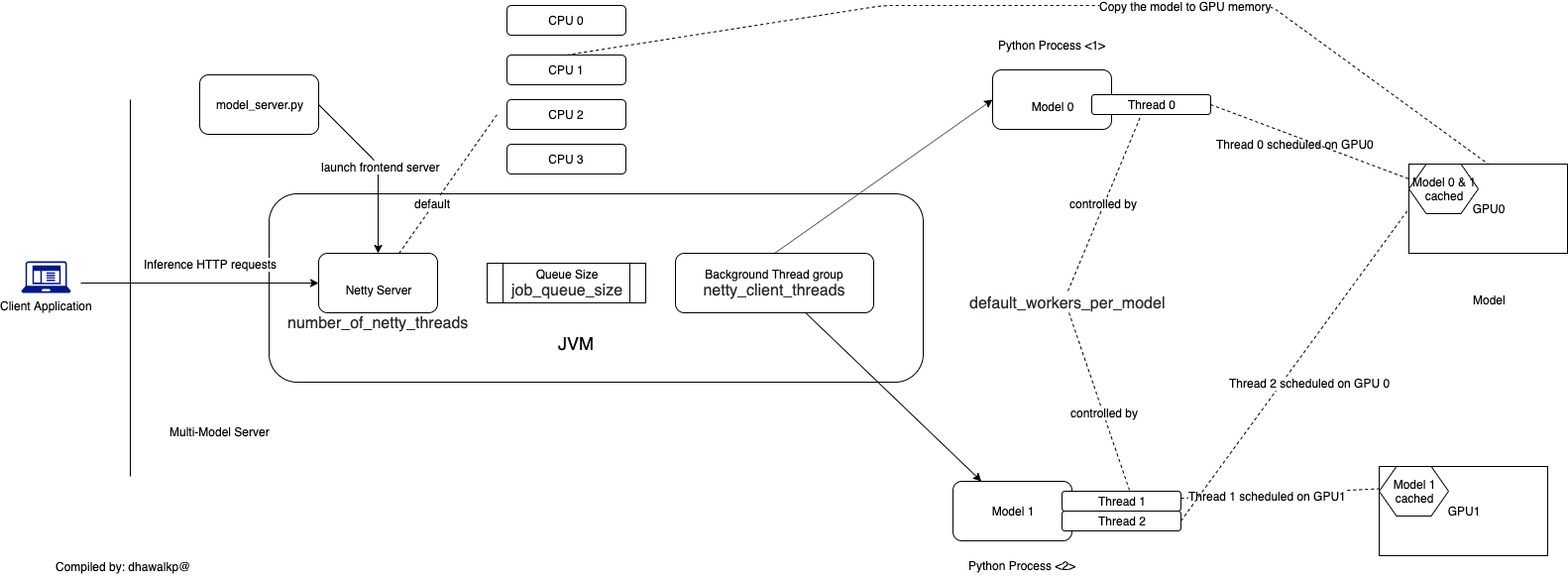
Before: MMS.png, a diagram exported from draw.io (dhawalkp/SageMaker-MMS-Performance-Tuning). Source tidied: cells renumbered, new cells last; positions are measured from the earlier drawing's top-left corner, leaving out a move shared by most shapes. The source it was exported from:
```xml
<mxGraphModel>
  <root>
    <mxCell id="0" />
    <mxCell id="1" parent="0" />
    <mxCell id="2" style="rounded=1;whiteSpace=wrap;html=1;" parent="1" vertex="1">
      <mxGeometry x="250" y="190" width="660" height="190" as="geometry" />
    </mxCell>
    <mxCell id="3" value="model_server.py" style="rounded=1;whiteSpace=wrap;html=1;" parent="1" vertex="1">
      <mxGeometry x="180" y="70" width="120" height="60" as="geometry" />
    </mxCell>
    <mxCell id="4" value="&lt;br&gt;Netty Server" style="rounded=1;whiteSpace=wrap;html=1;" parent="1" vertex="1">
      <mxGeometry x="300" y="250" width="120" height="60" as="geometry" />
    </mxCell>
    <mxCell id="5" style="endArrow=classic;html=1;entryX=0;entryY=0.5;entryDx=0;entryDy=0;" parent="1" edge="1" target="4">
      <mxGeometry relative="1" as="geometry">
        <mxPoint x="60" y="280" as="sourcePoint" />
      </mxGeometry>
    </mxCell>
    <mxCell id="6" value="Inference HTTP requests" style="text;html=1;align=center;verticalAlign=middle;labelBackgroundColor=#ffffff;" parent="5" vertex="1">
      <mxGeometry x="-0.62" relative="1" as="geometry">
        <mxPoint x="84" y="-20" as="offset" />
      </mxGeometry>
    </mxCell>
    <mxCell id="7" style="endArrow=classic;html=1;exitX=1;exitY=0.5;exitDx=0;exitDy=0;entryX=0.5;entryY=0;entryDx=0;entryDy=0;" parent="1" edge="1" source="3" target="4">
      <mxGeometry relative="1" as="geometry">
        <Array as="points">
          <mxPoint x="360" y="160" />
        </Array>
      </mxGeometry>
    </mxCell>
    <mxCell id="8" value="launch frontend server" style="text;html=1;align=center;verticalAlign=middle;labelBackgroundColor=#ffffff;" parent="7" vertex="1">
      <mxGeometry y="2" relative="1" as="geometry" />
    </mxCell>
    <mxCell id="9" value="&lt;span style=&quot;color: rgb(36 , 41 , 46) ; font-family: , , &amp;#34;segoe ui&amp;#34; , &amp;#34;helvetica&amp;#34; , &amp;#34;arial&amp;#34; , sans-serif , &amp;#34;apple color emoji&amp;#34; , &amp;#34;segoe ui emoji&amp;#34; ; font-size: 16px ; text-align: left ; white-space: normal ; background-color: rgb(255 , 255 , 255)&quot;&gt;number_of_netty_threads&lt;/span&gt;" style="text;html=1;align=center;verticalAlign=middle;" parent="1" vertex="1">
      <mxGeometry x="260" y="310" width="200" height="20" as="geometry" />
    </mxCell>
    <mxCell id="10" value="&lt;br&gt;Model 0" style="rounded=1;whiteSpace=wrap;html=1;" parent="1" vertex="1">
      <mxGeometry x="980" y="65" width="120" height="60" as="geometry" />
    </mxCell>
    <mxCell id="11" value="Model 1" style="rounded=1;whiteSpace=wrap;html=1;" parent="1" vertex="1">
      <mxGeometry x="940" y="480" width="120" height="60" as="geometry" />
    </mxCell>
    <mxCell id="12" value="Queue Size&lt;br&gt;&lt;span style=&quot;color: rgb(36 , 41 , 46) ; font-family: , , &amp;#34;segoe ui&amp;#34; , &amp;#34;helvetica&amp;#34; , &amp;#34;arial&amp;#34; , sans-serif , &amp;#34;apple color emoji&amp;#34; , &amp;#34;segoe ui emoji&amp;#34; ; font-size: 16px ; text-align: left ; background-color: rgb(255 , 255 , 255)&quot;&gt;job_queue_size&lt;/span&gt;" style="shape=process;whiteSpace=wrap;html=1;backgroundOutline=1;" parent="1" vertex="1">
      <mxGeometry x="470" y="260" width="160" height="40" as="geometry" />
    </mxCell>
    <mxCell id="13" value="Background Thread group&lt;br&gt;&lt;span style=&quot;color: rgb(36 , 41 , 46) ; font-size: 16px ; text-align: left ; background-color: rgb(255 , 255 , 255)&quot;&gt;netty_client_threads&lt;/span&gt;" style="rounded=1;whiteSpace=wrap;html=1;" parent="1" vertex="1">
      <mxGeometry x="660" y="250" width="200" height="60" as="geometry" />
    </mxCell>
    <mxCell id="14" style="endArrow=classic;html=1;exitX=0.5;exitY=0;exitDx=0;exitDy=0;entryX=0;entryY=0.5;entryDx=0;entryDy=0;" parent="1" edge="1" source="13" target="10">
      <mxGeometry relative="1" as="geometry" />
    </mxCell>
    <mxCell id="15" style="endArrow=classic;html=1;" parent="1" edge="1" source="13" target="11">
      <mxGeometry relative="1" as="geometry" />
    </mxCell>
    <mxCell id="16" value="GPU0" style="rounded=0;whiteSpace=wrap;html=1;" parent="1" vertex="1">
      <mxGeometry x="1400" y="160" width="160" height="90" as="geometry" />
    </mxCell>
    <mxCell id="17" value="GPU1" style="rounded=0;whiteSpace=wrap;html=1;" parent="1" vertex="1">
      <mxGeometry x="1370" y="465" width="170" height="90" as="geometry" />
    </mxCell>
    <mxCell id="18" value="Python Process &amp;lt;1&amp;gt;" style="text;html=1;align=center;verticalAlign=middle;" parent="1" vertex="1">
      <mxGeometry x="980" y="30" width="120" height="20" as="geometry" />
    </mxCell>
    <mxCell id="19" value="Python Process &amp;lt;2&amp;gt;" style="text;html=1;align=center;verticalAlign=middle;" parent="1" vertex="1">
      <mxGeometry x="950" y="555" width="120" height="20" as="geometry" />
    </mxCell>
    <mxCell id="20" value="Thread 1" style="rounded=1;whiteSpace=wrap;html=1;" parent="1" vertex="1">
      <mxGeometry x="1050" y="490" width="120" height="20" as="geometry" />
    </mxCell>
    <mxCell id="21" value="CPU 3" style="rounded=1;whiteSpace=wrap;html=1;" parent="1" vertex="1">
      <mxGeometry x="490" y="140" width="120" height="30" as="geometry" />
    </mxCell>
    <mxCell id="22" value="CPU 2" style="rounded=1;whiteSpace=wrap;html=1;" parent="1" vertex="1">
      <mxGeometry x="490" y="95" width="120" height="30" as="geometry" />
    </mxCell>
    <mxCell id="23" value="CPU 1" style="rounded=1;whiteSpace=wrap;html=1;" parent="1" vertex="1">
      <mxGeometry x="490" y="50" width="120" height="30" as="geometry" />
    </mxCell>
    <mxCell id="24" value="&lt;span style=&quot;color: rgb(36 , 41 , 46) ; font-family: , , &amp;#34;segoe ui&amp;#34; , &amp;#34;helvetica&amp;#34; , &amp;#34;arial&amp;#34; , sans-serif , &amp;#34;apple color emoji&amp;#34; , &amp;#34;segoe ui emoji&amp;#34; ; font-size: 16px ; text-align: left ; white-space: normal ; background-color: rgb(255 , 255 , 255)&quot;&gt;default_workers_per_model&lt;/span&gt;" style="text;html=1;align=center;verticalAlign=middle;points=[];" parent="1" vertex="1">
      <mxGeometry x="950" y="290" width="210" height="20" as="geometry" />
    </mxCell>
    <mxCell id="25" value="Thread 0" style="rounded=1;whiteSpace=wrap;html=1;" parent="1" vertex="1">
      <mxGeometry x="1080" y="90" width="120" height="20" as="geometry" />
    </mxCell>
    <mxCell id="26" style="endArrow=none;dashed=1;html=1;exitX=1;exitY=0.5;exitDx=0;exitDy=0;" parent="1" edge="1" source="25" target="16">
      <mxGeometry relative="1" as="geometry" />
    </mxCell>
    <mxCell id="27" style="endArrow=none;dashed=1;html=1;entryX=0;entryY=0.25;entryDx=0;entryDy=0;" parent="1" edge="1" source="20" target="17">
      <mxGeometry relative="1" as="geometry" />
    </mxCell>
    <mxCell id="28" value="Thread 1 scheduled on GPU1" style="text;html=1;align=center;verticalAlign=middle;labelBackgroundColor=#ffffff;" parent="27" vertex="1">
      <mxGeometry x="-0.12" y="-2" relative="1" as="geometry">
        <mxPoint x="-1" as="offset" />
      </mxGeometry>
    </mxCell>
    <mxCell id="29" value="Thread 2" style="rounded=1;whiteSpace=wrap;html=1;" parent="1" vertex="1">
      <mxGeometry x="1050" y="510" width="120" height="20" as="geometry" />
    </mxCell>
    <mxCell id="30" style="endArrow=none;dashed=1;html=1;exitX=1;exitY=0.5;exitDx=0;exitDy=0;entryX=0;entryY=0.5;entryDx=0;entryDy=0;" parent="1" edge="1" source="29" target="16">
      <mxGeometry relative="1" as="geometry" />
    </mxCell>
    <mxCell id="31" value="Thread 2 scheduled on GPU 0" style="text;html=1;align=center;verticalAlign=middle;labelBackgroundColor=#ffffff;" parent="30" vertex="1">
      <mxGeometry x="0.04" y="3" relative="1" as="geometry">
        <mxPoint x="12.7" y="25.7" as="offset" />
      </mxGeometry>
    </mxCell>
    <mxCell id="32" style="endArrow=none;dashed=1;html=1;exitX=0.5;exitY=0;exitDx=0;exitDy=0;entryX=0.5;entryY=0;entryDx=0;entryDy=0;" parent="1" edge="1" source="23" target="16">
      <mxGeometry relative="1" as="geometry">
        <Array as="points">
          <mxPoint x="870" />
          <mxPoint x="1260" />
        </Array>
      </mxGeometry>
    </mxCell>
    <mxCell id="33" value="Model" style="text;html=1;align=center;verticalAlign=middle;labelBackgroundColor=#ffffff;" parent="32" vertex="1">
      <mxGeometry x="0.63" y="-31" relative="1" as="geometry">
        <mxPoint x="165.8" y="217.8" as="offset" />
      </mxGeometry>
    </mxCell>
    <mxCell id="34" value="Copy the model to GPU memory" style="text;html=1;align=center;verticalAlign=middle;labelBackgroundColor=#ffffff;" parent="32" vertex="1">
      <mxGeometry x="0.27" relative="1" as="geometry" />
    </mxCell>
    <mxCell id="35" value="&lt;font style=&quot;font-size: 18px&quot;&gt;JVM&lt;/font&gt;" style="text;html=1;align=center;verticalAlign=middle;" parent="1" vertex="1">
      <mxGeometry x="535" y="330" width="50" height="20" as="geometry" />
    </mxCell>
    <mxCell id="36" value="Model 0 &amp;amp; 1&lt;br&gt;cached" style="shape=hexagon;perimeter=hexagonPerimeter2;whiteSpace=wrap;html=1;" parent="1" vertex="1">
      <mxGeometry x="1400" y="160" width="70" height="50" as="geometry" />
    </mxCell>
    <mxCell id="37" value="Model 1&lt;br&gt;cached" style="shape=hexagon;perimeter=hexagonPerimeter2;whiteSpace=wrap;html=1;" parent="1" vertex="1">
      <mxGeometry x="1370" y="465" width="70" height="50" as="geometry" />
    </mxCell>
    <mxCell id="38" style="endArrow=none;dashed=1;html=1;entryX=0.417;entryY=1;entryDx=0;entryDy=0;entryPerimeter=0;exitX=0.505;exitY=-0.1;exitDx=0;exitDy=0;exitPerimeter=0;" parent="1" edge="1" source="24" target="25">
      <mxGeometry relative="1" as="geometry" />
    </mxCell>
    <mxCell id="39" value="controlled by" style="text;html=1;align=center;verticalAlign=middle;labelBackgroundColor=#ffffff;" parent="38" vertex="1">
      <mxGeometry x="-0.01" y="1" relative="1" as="geometry" />
    </mxCell>
    <mxCell id="40" style="endArrow=none;dashed=1;html=1;exitX=0.51;exitY=1;exitDx=0;exitDy=0;exitPerimeter=0;entryX=0.567;entryY=-0.05;entryDx=0;entryDy=0;entryPerimeter=0;" parent="1" edge="1" source="24" target="20">
      <mxGeometry relative="1" as="geometry" />
    </mxCell>
    <mxCell id="41" value="controlled by" style="text;html=1;align=center;verticalAlign=middle;labelBackgroundColor=#ffffff;" parent="40" vertex="1">
      <mxGeometry x="0.13" y="1" relative="1" as="geometry" />
    </mxCell>
    <mxCell id="42" value="Thread 0 scheduled on GPU0" style="text;html=1;align=center;verticalAlign=middle;" parent="1" vertex="1">
      <mxGeometry x="1200" y="130" width="170" height="20" as="geometry" />
    </mxCell>
    <mxCell id="43" style="endArrow=none;dashed=1;html=1;" parent="1" edge="1" source="4">
      <mxGeometry relative="1" as="geometry">
        <mxPoint x="480" y="110" as="targetPoint" />
      </mxGeometry>
    </mxCell>
    <mxCell id="44" value="default" style="text;html=1;align=center;verticalAlign=middle;labelBackgroundColor=#ffffff;" parent="43" vertex="1">
      <mxGeometry x="-0.3" y="2" relative="1" as="geometry" />
    </mxCell>
    <mxCell id="45" value="CPU 0" style="rounded=1;whiteSpace=wrap;html=1;" parent="1" vertex="1">
      <mxGeometry x="490" width="120" height="30" as="geometry" />
    </mxCell>
    <mxCell id="46" value="Client Application" style="shadow=0;dashed=0;html=1;strokeColor=none;labelPosition=center;verticalLabelPosition=bottom;verticalAlign=top;align=center;fillColor=#00188D;shape=mxgraph.mscae.enterprise.client_application;" parent="1" vertex="1">
      <mxGeometry y="258" width="50" height="32" as="geometry" />
    </mxCell>
    <mxCell id="47" style="endArrow=none;html=1;" parent="1" edge="1">
      <mxGeometry relative="1" as="geometry">
        <mxPoint x="110" y="475" as="sourcePoint" />
        <mxPoint x="110" y="95" as="targetPoint" />
      </mxGeometry>
    </mxCell>
    <mxCell id="48" value="Multi-Model Server" style="text;html=1;align=center;verticalAlign=middle;" parent="1" vertex="1">
      <mxGeometry x="140" y="420" width="120" height="20" as="geometry" />
    </mxCell>
    <mxCell id="49" value="Compiled by: dhawalkp@" style="text;html=1;align=center;verticalAlign=middle;" parent="1" vertex="1">
      <mxGeometry x="28" y="556" width="150" height="20" as="geometry" />
    </mxCell>
  </root>
</mxGraphModel>
```
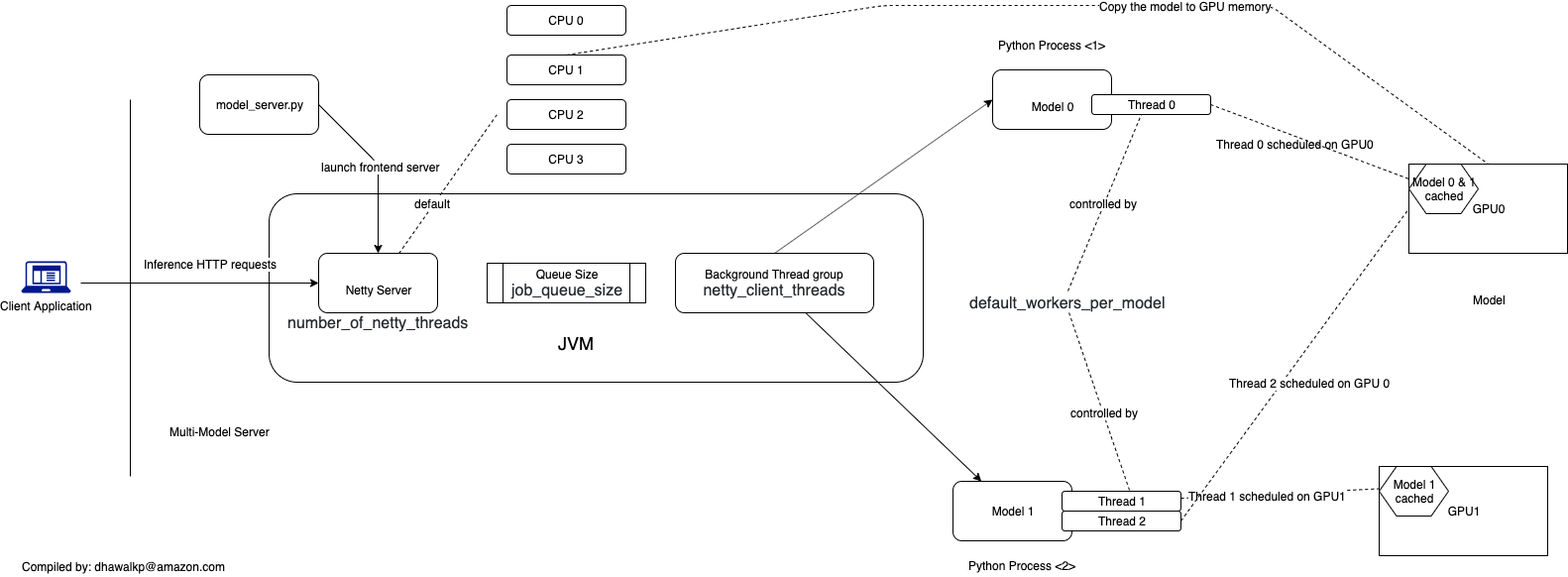
The same diagram one commit later.

Change to the diagram source:
```diff
@@ -167,8 +167,8 @@
     <mxCell id="48" value="Multi-Model Server" style="text;html=1;align=center;verticalAlign=middle;" parent="1" vertex="1">
       <mxGeometry x="140" y="420" width="120" height="20" as="geometry" />
     </mxCell>
-    <mxCell id="49" value="Compiled by: dhawalkp@" style="text;html=1;align=center;verticalAlign=middle;" parent="1" vertex="1">
-      <mxGeometry x="28" y="556" width="150" height="20" as="geometry" />
+    <mxCell id="49" value="Compiled by: dhawalkp@amazon.com" style="text;html=1;align=center;verticalAlign=middle;" parent="1" vertex="1">
+      <mxGeometry x="-7" y="556" width="220" height="20" as="geometry" />
     </mxCell>
   </root>
 </mxGraphModel>
```
